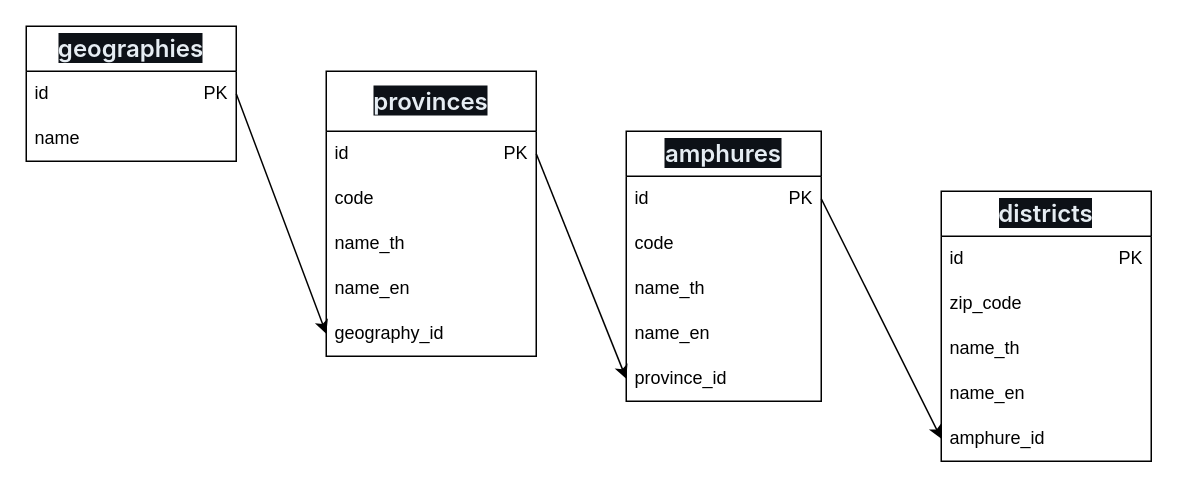
The draw.io diagram .dio in parkyotinpanta/NewJoin, before the edit. Source tidied: cells renumbered, new cells numbered last; positions are measured from the earlier drawing's top-left corner, leaving out a move shared by most shapes. Both pictures are drawn from the tidied source at 150%, with x=0, y=0 at pixel (26, 26).
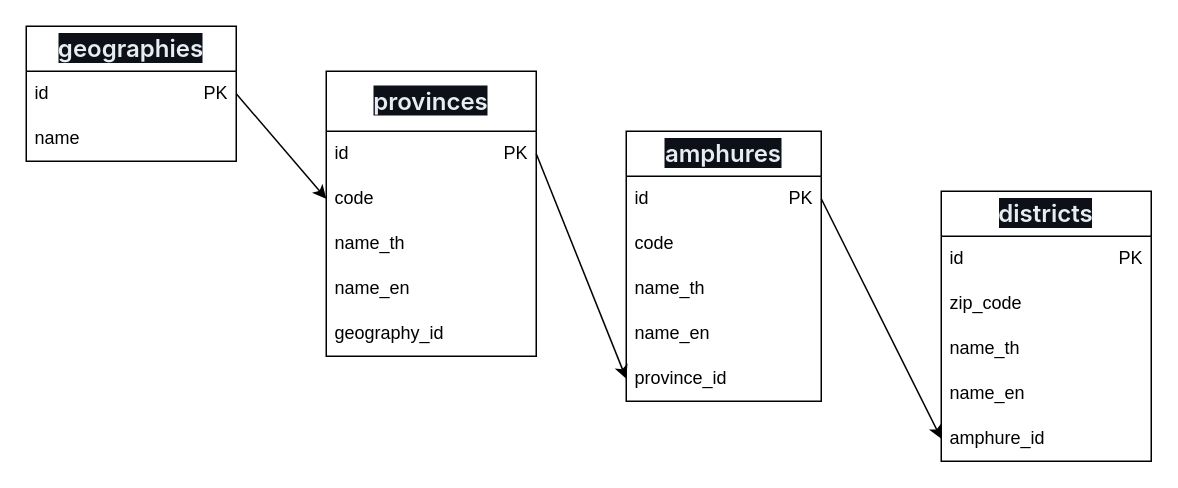
Above is the later version.

Unchanged cells that the change refers to:
```xml
<mxCell id="4" value="code" style="text;strokeColor=none;fillColor=none;align=left;verticalAlign=middle;spacingLeft=4;spacingRight=4;overflow=hidden;points=[[0,0.5],[1,0.5]];portConstraint=eastwest;whiteSpace=wrap;html=1;" parent="2" vertex="1">
  <mxGeometry y="70" width="140" height="30" as="geometry" />
</mxCell>
<mxCell id="7" value="geography_id" style="text;strokeColor=none;fillColor=none;align=left;verticalAlign=middle;spacingLeft=4;spacingRight=4;overflow=hidden;points=[[0,0.5],[1,0.5]];portConstraint=eastwest;whiteSpace=wrap;html=1;" parent="2" vertex="1">
  <mxGeometry y="160" width="140" height="30" as="geometry" />
</mxCell>
<mxCell id="9" value="id&amp;nbsp; &amp;nbsp; &amp;nbsp; &amp;nbsp; &amp;nbsp; &amp;nbsp; &amp;nbsp; &amp;nbsp; &amp;nbsp; &amp;nbsp; &amp;nbsp; &amp;nbsp; &amp;nbsp; &amp;nbsp; &amp;nbsp; &amp;nbsp;PK" style="text;strokeColor=none;fillColor=none;align=left;verticalAlign=middle;spacingLeft=4;spacingRight=4;overflow=hidden;points=[[0,0.5],[1,0.5]];portConstraint=eastwest;whiteSpace=wrap;html=1;" parent="8" vertex="1">
  <mxGeometry y="30" width="140" height="30" as="geometry" />
</mxCell>
```

Diff of the diagram source:
```diff
@@
-    <mxCell id="23" style="endArrow=classic;html=1;exitX=1;exitY=0.5;exitDx=0;exitDy=0;entryX=0;entryY=0.5;entryDx=0;entryDy=0;" parent="1" edge="1" source="9" target="7">
+    <mxCell id="23" style="endArrow=classic;html=1;exitX=1;exitY=0.5;exitDx=0;exitDy=0;entryX=0;entryY=0.5;entryDx=0;entryDy=0;" parent="1" edge="1" source="9" target="4">
       <mxGeometry relative="1" as="geometry" />
     </mxCell>
```
